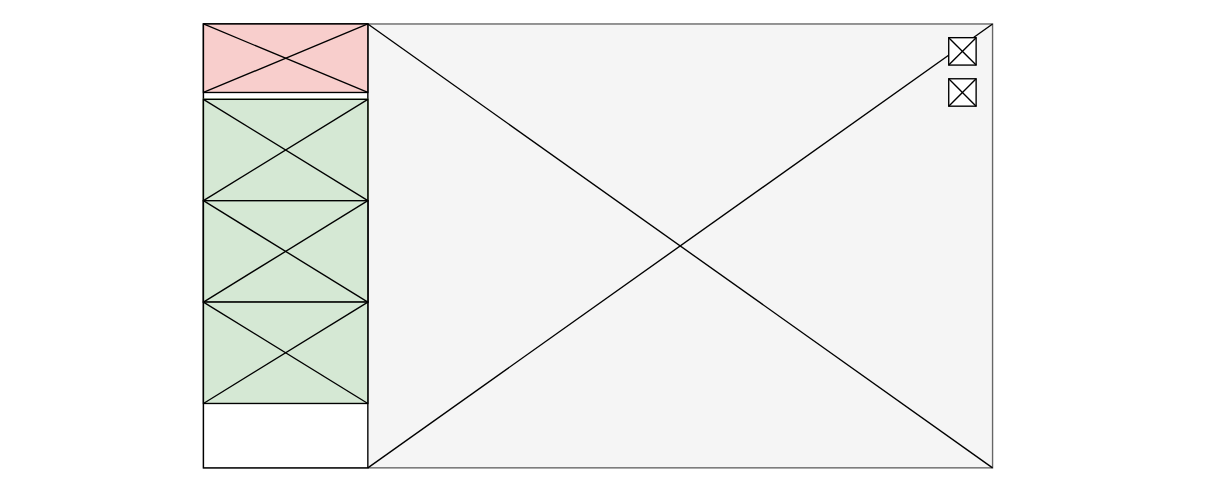
Above: page "Proto-Position" (7 of 9) of diagramas/grafo-sistema.drawio in amt911/TFG-Documento (draw.io), before the change. Source tidied: cells renumbered, new cells numbered last; positions are measured from the earlier drawing's top-left corner, leaving out a move shared by most shapes. Both pictures are drawn from the tidied source at 137%, with x=0, y=0 at pixel (203, 23).
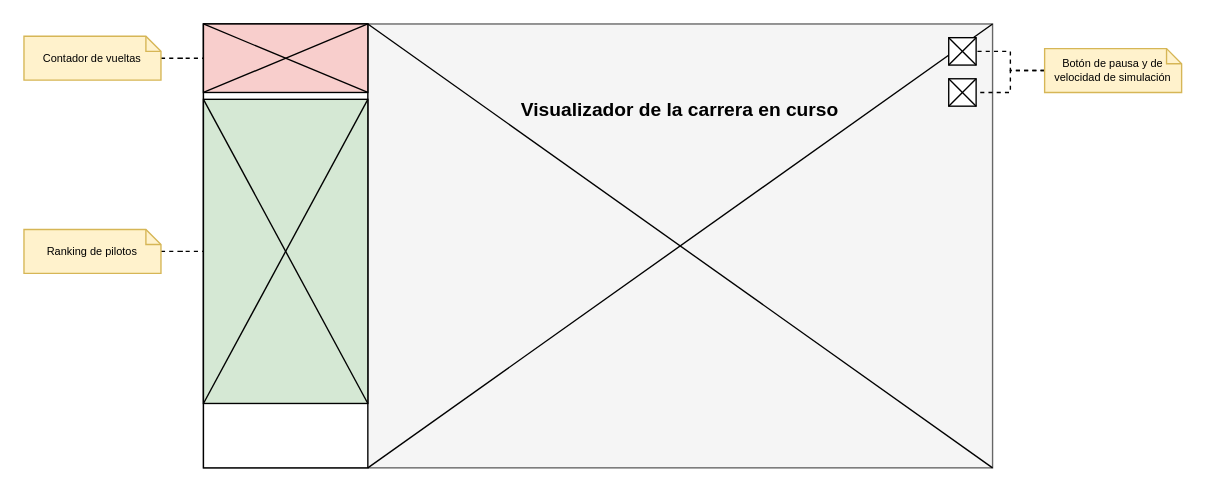
The same page after the edit.

The change refers to these unchanged cells:
```xml
<mxCell id="4" style="rounded=0;whiteSpace=wrap;html=1;fontSize=10;fillColor=#f8cecc;strokeColor=default;" parent="1" vertex="1">
  <mxGeometry width="120" height="50" as="geometry" />
</mxCell>
<mxCell id="6" style="rounded=0;whiteSpace=wrap;html=1;fontSize=10;" parent="1" vertex="1">
  <mxGeometry x="544" y="10" width="20" height="20" as="geometry" />
</mxCell>
<mxCell id="7" style="rounded=0;whiteSpace=wrap;html=1;fontSize=10;" parent="1" vertex="1">
  <mxGeometry x="544" y="40" width="20" height="20" as="geometry" />
</mxCell>
```

Diff of the diagram source:
```diff
@@
-    <mxCell id="11" style="group;fillColor=#d5e8d4;strokeColor=#82b366;" parent="1" vertex="1">
-      <mxGeometry y="55" width="120" height="74" as="geometry" />
+    <mxCell id="11" style="group;fillColor=#d5e8d4;strokeColor=default;" parent="1" vertex="1">
+      <mxGeometry y="55" width="120" height="222" as="geometry" />
     </mxCell>
-    <mxCell id="12" style="rounded=0;whiteSpace=wrap;html=1;fontSize=10;spacingLeft=-25;verticalAlign=top;spacingTop=-2;fillColor=#d5e8d4;strokeColor=default;" parent="11" vertex="1">
-      <mxGeometry width="120" height="74" as="geometry" />
-    </mxCell>
-    <mxCell id="13" style="endArrow=none;html=1;rounded=0;entryX=1;entryY=0;entryDx=0;entryDy=0;exitX=0;exitY=1;exitDx=0;exitDy=0;" parent="11" edge="1" source="12" target="12">
-      <mxGeometry relative="1" as="geometry" />
-    </mxCell>
-    <mxCell id="14" style="endArrow=none;html=1;rounded=0;entryX=1;entryY=1;entryDx=0;entryDy=0;exitX=0;exitY=0;exitDx=0;exitDy=0;" parent="11" edge="1" source="12" target="12">
-      <mxGeometry relative="1" as="geometry" />
-    </mxCell>
-    <mxCell id="15" style="group;fillColor=#d5e8d4;strokeColor=default;" parent="1" vertex="1">
-      <mxGeometry y="129" width="120" height="74" as="geometry" />
-    </mxCell>
-    <mxCell id="16" style="rounded=0;whiteSpace=wrap;html=1;fontSize=10;spacingLeft=-25;verticalAlign=top;spacingTop=-2;fillColor=#d5e8d4;strokeColor=default;" parent="15" vertex="1">
-      <mxGeometry width="120" height="74" as="geometry" />
-    </mxCell>
-    <mxCell id="17" style="endArrow=none;html=1;rounded=0;entryX=1;entryY=0;entryDx=0;entryDy=0;exitX=0;exitY=1;exitDx=0;exitDy=0;" parent="15" edge="1" source="16" target="16">
-      <mxGeometry relative="1" as="geometry" />
-    </mxCell>
-    <mxCell id="18" style="endArrow=none;html=1;rounded=0;entryX=1;entryY=1;entryDx=0;entryDy=0;exitX=0;exitY=0;exitDx=0;exitDy=0;" parent="15" edge="1" source="16" target="16">
-      <mxGeometry relative="1" as="geometry" />
-    </mxCell>
-    <mxCell id="19" style="group;" parent="1" vertex="1">
-      <mxGeometry y="203" width="120" height="74" as="geometry" />
-    </mxCell>
-    <mxCell id="20" style="rounded=0;whiteSpace=wrap;html=1;fontSize=10;spacingLeft=-25;verticalAlign=top;spacingTop=-2;fillColor=#d5e8d4;strokeColor=default;" parent="19" vertex="1">
-      <mxGeometry width="120" height="74" as="geometry" />
-    </mxCell>
-    <mxCell id="21" style="endArrow=none;html=1;rounded=0;entryX=1;entryY=0;entryDx=0;entryDy=0;exitX=0;exitY=1;exitDx=0;exitDy=0;" parent="19" edge="1" source="20" target="20">
-      <mxGeometry relative="1" as="geometry" />
-    </mxCell>
-    <mxCell id="22" style="endArrow=none;html=1;rounded=0;entryX=1;entryY=1;entryDx=0;entryDy=0;exitX=0;exitY=0;exitDx=0;exitDy=0;" parent="19" edge="1" source="20" target="20">
-      <mxGeometry relative="1" as="geometry" />
-    </mxCell>
@@
+    <mxCell id="27" style="endArrow=none;html=1;rounded=0;exitX=0;exitY=1;exitDx=0;exitDy=0;entryX=1;entryY=0;entryDx=0;entryDy=0;" parent="1" edge="1" source="11" target="11">
+      <mxGeometry relative="1" as="geometry" />
+    </mxCell>
+    <mxCell id="28" style="endArrow=none;html=1;rounded=0;entryX=0;entryY=0;entryDx=0;entryDy=0;exitX=1;exitY=1;exitDx=0;exitDy=0;" parent="1" edge="1" source="11" target="11">
+      <mxGeometry relative="1" as="geometry" />
+    </mxCell>
+    <mxCell id="29" style="edgeStyle=orthogonalEdgeStyle;rounded=0;jettySize=auto;html=1;entryX=0;entryY=0.5;entryDx=0;entryDy=0;dashed=1;endArrow=none;endFill=0;" parent="1" edge="1" source="30" target="11">
+      <mxGeometry relative="1" as="geometry" />
+    </mxCell>
+    <mxCell id="30" value="Ranking de pilotos" style="shape=note;size=11;whiteSpace=wrap;html=1;fillColor=#fff2cc;strokeColor=#d6b656;fontSize=8;" parent="1" vertex="1">
+      <mxGeometry x="-131" y="150" width="100" height="32" as="geometry" />
+    </mxCell>
+    <mxCell id="31" style="edgeStyle=orthogonalEdgeStyle;rounded=0;jettySize=auto;html=1;entryX=0;entryY=0.5;entryDx=0;entryDy=0;dashed=1;endArrow=none;endFill=0;" parent="1" edge="1" source="32" target="4">
+      <mxGeometry relative="1" as="geometry" />
+    </mxCell>
+    <mxCell id="32" value="Contador de vueltas" style="shape=note;size=11;whiteSpace=wrap;html=1;fillColor=#fff2cc;strokeColor=#d6b656;fontSize=8;" parent="1" vertex="1">
+      <mxGeometry x="-131" y="9" width="100" height="32" as="geometry" />
+    </mxCell>
+    <mxCell id="33" value="&lt;font style=&quot;font-size: 14px;&quot;&gt;Visualizador de la carrera en curso&lt;br style=&quot;font-size: 14px;&quot;&gt;&lt;/font&gt;" style="text;html=1;strokeColor=none;fillColor=none;align=center;verticalAlign=middle;whiteSpace=wrap;rounded=0;fontSize=14;fontStyle=1;" parent="1" vertex="1">
+      <mxGeometry x="120" y="48" width="456" height="30" as="geometry" />
+    </mxCell>
+    <mxCell id="34" style="edgeStyle=orthogonalEdgeStyle;rounded=0;jettySize=auto;html=1;entryX=1;entryY=0.5;entryDx=0;entryDy=0;endArrow=none;endFill=0;dashed=1;" parent="1" edge="1" source="36" target="6">
+      <mxGeometry relative="1" as="geometry" />
+    </mxCell>
+    <mxCell id="35" style="edgeStyle=orthogonalEdgeStyle;rounded=0;jettySize=auto;html=1;entryX=1;entryY=0.5;entryDx=0;entryDy=0;dashed=1;endArrow=none;endFill=0;" parent="1" edge="1" source="36" target="7">
+      <mxGeometry relative="1" as="geometry" />
+    </mxCell>
+    <mxCell id="36" value="Botón de pausa y de velocidad de simulación" style="shape=note;size=11;whiteSpace=wrap;html=1;fillColor=#fff2cc;strokeColor=#d6b656;fontSize=8;" parent="1" vertex="1">
+      <mxGeometry x="614" y="18" width="100" height="32" as="geometry" />
+    </mxCell>
```
